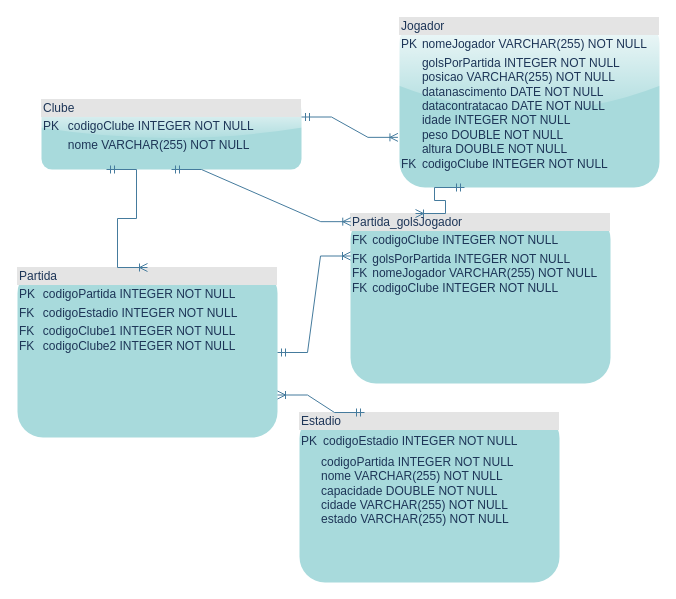
eiakriative/tBanco keeps this draw.io diagram as page "modelologico" (2 of 2) of diagramas/Diagrama sem nome.drawio. Above is the earlier version. Source tidied: cells renumbered, new cells numbered last; positions are measured from the earlier drawing's top-left corner, leaving out a move shared by most shapes. Both pictures are drawn from the tidied source at 100%, with x=0, y=0 at pixel (17, 17).
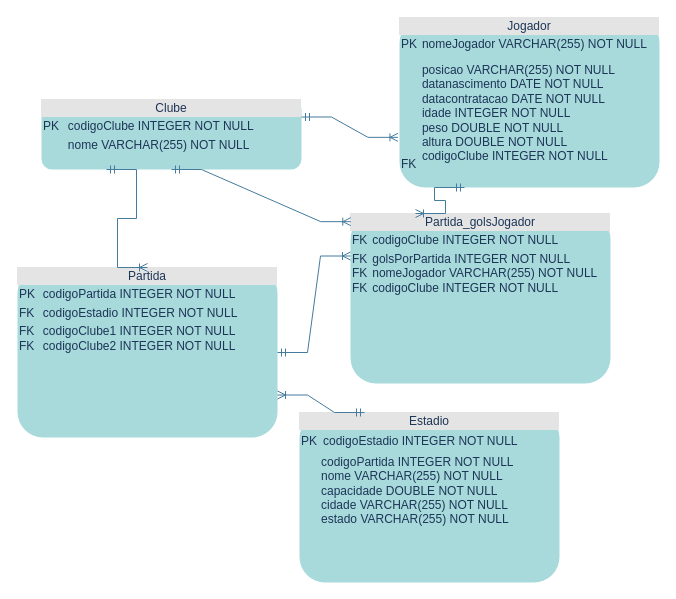
Above is the later version.

Diff of the diagram source:
```diff
@@
 <mxGraphModel>
   <root>
     <mxCell id="0" />
     <mxCell id="1" parent="0" />
-    <mxCell id="2" value="&lt;div style=&quot;box-sizing:border-box;width:100%;background:#e4e4e4;padding:2px;&quot;&gt;Jogador&lt;/div&gt;&lt;table style=&quot;width:100%;font-size:1em;&quot; cellpadding=&quot;2&quot; cellspacing=&quot;0&quot;&gt;&lt;tbody&gt;&lt;tr&gt;&lt;td&gt;PK&lt;/td&gt;&lt;td&gt;nomeJogador VARCHAR(255) NOT NULL&lt;br&gt;&lt;/td&gt;&lt;/tr&gt;&lt;tr&gt;&lt;td&gt;&lt;br&gt;&lt;br&gt;&lt;br&gt;&lt;br&gt;&lt;br&gt;&lt;br&gt;&lt;br&gt;FK&lt;/td&gt;&lt;td&gt;golsPorPartida INTEGER&amp;nbsp;NOT NULL&lt;br&gt;posicao VARCHAR(255) NOT NULL&lt;br&gt;datanascimento DATE NOT NULL&lt;br&gt;datacontratacao DATE NOT NULL&lt;br&gt;idade INTEGER&amp;nbsp;NOT NULL&lt;br&gt;peso DOUBLE NOT NULL&lt;br&gt;altura DOUBLE NOT NULL&lt;br&gt;codigoClube INTEGER NOT NULL&lt;/td&gt;&lt;/tr&gt;&lt;tr&gt;&lt;td&gt;&lt;/td&gt;&lt;td&gt;&lt;br&gt;&lt;/td&gt;&lt;/tr&gt;&lt;/tbody&gt;&lt;/table&gt;" style="verticalAlign=top;align=left;overflow=fill;html=1;rounded=1;glass=1;fillColor=#A8DADC;strokeColor=none;fontColor=#1D3557;" parent="1" vertex="1">
+    <mxCell id="2" value="&lt;div style=&quot;text-align: center; box-sizing: border-box; width: 100%; background: rgb(228, 228, 228); padding: 2px;&quot;&gt;Jogador&lt;/div&gt;&lt;table style=&quot;width:100%;font-size:1em;&quot; cellpadding=&quot;2&quot; cellspacing=&quot;0&quot;&gt;&lt;tbody&gt;&lt;tr&gt;&lt;td&gt;PK&lt;/td&gt;&lt;td&gt;nomeJogador VARCHAR(255) NOT NULL&lt;br&gt;&lt;/td&gt;&lt;/tr&gt;&lt;tr&gt;&lt;td&gt;&lt;br&gt;&lt;br&gt;&lt;br&gt;&lt;br&gt;&lt;br&gt;&lt;br&gt;&lt;br&gt;FK&lt;/td&gt;&lt;td&gt;posicao VARCHAR(255) NOT NULL&lt;br&gt;datanascimento DATE NOT NULL&lt;br&gt;datacontratacao DATE NOT NULL&lt;br&gt;idade INTEGER&amp;nbsp;NOT NULL&lt;br&gt;peso DOUBLE NOT NULL&lt;br&gt;altura DOUBLE NOT NULL&lt;br&gt;codigoClube INTEGER NOT NULL&lt;/td&gt;&lt;/tr&gt;&lt;tr&gt;&lt;td&gt;&lt;/td&gt;&lt;td&gt;&lt;br&gt;&lt;/td&gt;&lt;/tr&gt;&lt;/tbody&gt;&lt;/table&gt;" style="verticalAlign=top;align=left;overflow=fill;html=1;rounded=1;glass=0;fillColor=#A8DADC;strokeColor=none;fontColor=#1D3557;" parent="1" vertex="1">
       <mxGeometry x="382" width="260" height="170" as="geometry" />
     </mxCell>
-    <mxCell id="3" value="&lt;div style=&quot;box-sizing:border-box;width:100%;background:#e4e4e4;padding:2px;&quot;&gt;Clube&lt;/div&gt;&lt;table style=&quot;width:100%;font-size:1em;&quot; cellpadding=&quot;2&quot; cellspacing=&quot;0&quot;&gt;&lt;tbody&gt;&lt;tr&gt;&lt;td&gt;PK&lt;/td&gt;&lt;td&gt;codigoClube&amp;nbsp;INTEGER NOT NULL&lt;br&gt;&lt;/td&gt;&lt;/tr&gt;&lt;tr&gt;&lt;td&gt;&lt;br&gt;&lt;/td&gt;&lt;td&gt;nome VARCHAR(255) NOT NULL&lt;br&gt;&lt;br&gt;&lt;br&gt;&lt;/td&gt;&lt;/tr&gt;&lt;tr&gt;&lt;td&gt;&lt;/td&gt;&lt;td&gt;&lt;br&gt;&lt;/td&gt;&lt;/tr&gt;&lt;/tbody&gt;&lt;/table&gt;" style="verticalAlign=top;align=left;overflow=fill;html=1;rounded=1;glass=1;strokeColor=none;fillColor=#A8DADC;fontColor=#1D3557;" parent="1" vertex="1">
+    <mxCell id="3" value="&lt;div style=&quot;text-align: center; box-sizing: border-box; width: 100%; background: rgb(228, 228, 228); padding: 2px;&quot;&gt;Clube&lt;/div&gt;&lt;table style=&quot;width:100%;font-size:1em;&quot; cellpadding=&quot;2&quot; cellspacing=&quot;0&quot;&gt;&lt;tbody&gt;&lt;tr&gt;&lt;td&gt;PK&lt;/td&gt;&lt;td&gt;codigoClube&amp;nbsp;INTEGER NOT NULL&lt;br&gt;&lt;/td&gt;&lt;/tr&gt;&lt;tr&gt;&lt;td&gt;&lt;br&gt;&lt;/td&gt;&lt;td&gt;nome VARCHAR(255) NOT NULL&lt;br&gt;&lt;br&gt;&lt;br&gt;&lt;/td&gt;&lt;/tr&gt;&lt;tr&gt;&lt;td&gt;&lt;/td&gt;&lt;td&gt;&lt;br&gt;&lt;/td&gt;&lt;/tr&gt;&lt;/tbody&gt;&lt;/table&gt;" style="verticalAlign=top;align=left;overflow=fill;html=1;rounded=1;glass=0;strokeColor=none;fillColor=#A8DADC;fontColor=#1D3557;" parent="1" vertex="1">
       <mxGeometry x="24" y="82" width="260" height="70" as="geometry" />
     </mxCell>
     <mxCell id="4" style="edgeStyle=entityRelationEdgeStyle;fontSize=12;html=1;endArrow=ERoneToMany;startArrow=ERmandOne;rounded=0;exitX=1;exitY=0.25;exitDx=0;exitDy=0;entryX=-0.006;entryY=0.705;entryDx=0;entryDy=0;entryPerimeter=0;labelBackgroundColor=#F1FAEE;strokeColor=#457B9D;fontColor=#1D3557;" parent="1" edge="1" source="3" target="2">
       <mxGeometry relative="1" as="geometry" />
     </mxCell>
-    <mxCell id="5" value="&lt;div style=&quot;box-sizing:border-box;width:100%;background:#e4e4e4;padding:2px;&quot;&gt;Partida&lt;/div&gt;&lt;table style=&quot;width:100%;font-size:1em;&quot; cellpadding=&quot;2&quot; cellspacing=&quot;0&quot;&gt;&lt;tbody&gt;&lt;tr&gt;&lt;td&gt;PK&lt;/td&gt;&lt;td&gt;codigoPartida&amp;nbsp;INTEGER&amp;nbsp;NOT NULL&lt;br&gt;&lt;/td&gt;&lt;/tr&gt;&lt;tr&gt;&lt;td&gt;FK&lt;/td&gt;&lt;td&gt;codigoEstadio INTEGER&amp;nbsp;NOT NULL&lt;/td&gt;&lt;/tr&gt;&lt;tr&gt;&lt;td&gt;FK&lt;br&gt;FK&lt;br&gt;&lt;/td&gt;&lt;td&gt;codigoClube1 INTEGER NOT NULL&lt;br&gt;codigoClube2 INTEGER NOT NULL&lt;br&gt;&lt;/td&gt;&lt;/tr&gt;&lt;/tbody&gt;&lt;/table&gt;" style="verticalAlign=top;align=left;overflow=fill;html=1;rounded=1;glass=0;fillColor=#A8DADC;strokeColor=none;fontColor=#1D3557;" parent="1" vertex="1">
+    <mxCell id="5" value="&lt;div style=&quot;text-align: center; box-sizing: border-box; width: 100%; background: rgb(228, 228, 228); padding: 2px;&quot;&gt;Partida&lt;/div&gt;&lt;table style=&quot;width:100%;font-size:1em;&quot; cellpadding=&quot;2&quot; cellspacing=&quot;0&quot;&gt;&lt;tbody&gt;&lt;tr&gt;&lt;td&gt;PK&lt;/td&gt;&lt;td&gt;codigoPartida&amp;nbsp;INTEGER&amp;nbsp;NOT NULL&lt;br&gt;&lt;/td&gt;&lt;/tr&gt;&lt;tr&gt;&lt;td&gt;FK&lt;/td&gt;&lt;td&gt;codigoEstadio INTEGER&amp;nbsp;NOT NULL&lt;/td&gt;&lt;/tr&gt;&lt;tr&gt;&lt;td&gt;FK&lt;br&gt;FK&lt;br&gt;&lt;/td&gt;&lt;td&gt;codigoClube1 INTEGER NOT NULL&lt;br&gt;codigoClube2 INTEGER NOT NULL&lt;br&gt;&lt;/td&gt;&lt;/tr&gt;&lt;/tbody&gt;&lt;/table&gt;" style="verticalAlign=top;align=left;overflow=fill;html=1;rounded=1;glass=0;fillColor=#A8DADC;strokeColor=none;fontColor=#1D3557;" parent="1" vertex="1">
       <mxGeometry y="250" width="260" height="170" as="geometry" />
     </mxCell>
     <mxCell id="6" style="edgeStyle=entityRelationEdgeStyle;fontSize=12;html=1;endArrow=ERoneToMany;startArrow=ERmandOne;rounded=0;exitX=0.25;exitY=1;exitDx=0;exitDy=0;entryX=0.5;entryY=0;entryDx=0;entryDy=0;targetPerimeterSpacing=1;labelBackgroundColor=#F1FAEE;strokeColor=#457B9D;fontColor=#1D3557;" parent="1" edge="1" source="3" target="5">
       <mxGeometry relative="1" as="geometry" />
     </mxCell>
-    <mxCell id="7" value="&lt;div style=&quot;box-sizing:border-box;width:100%;background:#e4e4e4;padding:2px;&quot;&gt;Partida_golsJogador&lt;/div&gt;&lt;table style=&quot;width:100%;font-size:1em;&quot; cellpadding=&quot;2&quot; cellspacing=&quot;0&quot;&gt;&lt;tbody&gt;&lt;tr&gt;&lt;td&gt;FK&lt;/td&gt;&lt;td&gt;codigoClube INTEGER NOT NULL&lt;br&gt;&lt;/td&gt;&lt;/tr&gt;&lt;tr&gt;&lt;td&gt;FK&lt;br&gt;FK&lt;br&gt;FK&lt;/td&gt;&lt;td&gt;golsPorPartida INTEGER&amp;nbsp;NOT NULL&lt;br&gt;nomeJogador VARCHAR(255) NOT NULL&lt;br&gt;codigoClube INTEGER NOT NULL&lt;/td&gt;&lt;/tr&gt;&lt;tr&gt;&lt;td&gt;&lt;/td&gt;&lt;td&gt;&lt;br&gt;&lt;/td&gt;&lt;/tr&gt;&lt;/tbody&gt;&lt;/table&gt;" style="verticalAlign=top;align=left;overflow=fill;html=1;rounded=1;glass=0;fillColor=#A8DADC;strokeColor=none;fontColor=#1D3557;" parent="1" vertex="1">
+    <mxCell id="7" value="&lt;div style=&quot;text-align: center; box-sizing: border-box; width: 100%; background: rgb(228, 228, 228); padding: 2px;&quot;&gt;Partida_golsJogador&lt;/div&gt;&lt;table style=&quot;width:100%;font-size:1em;&quot; cellpadding=&quot;2&quot; cellspacing=&quot;0&quot;&gt;&lt;tbody&gt;&lt;tr&gt;&lt;td&gt;FK&lt;/td&gt;&lt;td&gt;codigoClube INTEGER NOT NULL&lt;br&gt;&lt;/td&gt;&lt;/tr&gt;&lt;tr&gt;&lt;td&gt;FK&lt;br&gt;FK&lt;br&gt;FK&lt;/td&gt;&lt;td&gt;golsPorPartida INTEGER&amp;nbsp;NOT NULL&lt;br&gt;nomeJogador VARCHAR(255) NOT NULL&lt;br&gt;codigoClube INTEGER NOT NULL&lt;/td&gt;&lt;/tr&gt;&lt;tr&gt;&lt;td&gt;&lt;/td&gt;&lt;td&gt;&lt;br&gt;&lt;/td&gt;&lt;/tr&gt;&lt;/tbody&gt;&lt;/table&gt;" style="verticalAlign=top;align=left;overflow=fill;html=1;rounded=1;glass=0;fillColor=#A8DADC;strokeColor=none;fontColor=#1D3557;" parent="1" vertex="1">
       <mxGeometry x="333" y="196" width="260" height="170" as="geometry" />
     </mxCell>
-    <mxCell id="8" value="&lt;div style=&quot;box-sizing:border-box;width:100%;background:#e4e4e4;padding:2px;&quot;&gt;Estadio&lt;/div&gt;&lt;table style=&quot;width:100%;font-size:1em;&quot; cellpadding=&quot;2&quot; cellspacing=&quot;0&quot;&gt;&lt;tbody&gt;&lt;tr&gt;&lt;td&gt;PK&lt;/td&gt;&lt;td&gt;&lt;table style=&quot;font-size: 1em; width: 260px;&quot; cellpadding=&quot;2&quot; cellspacing=&quot;0&quot;&gt;&lt;tbody&gt;&lt;tr&gt;&lt;td&gt;codigoEstadio INTEGER&amp;nbsp;NOT NULL&lt;br&gt;&lt;/td&gt;&lt;/tr&gt;&lt;tr&gt;&lt;/tr&gt;&lt;/tbody&gt;&lt;/table&gt;&lt;/td&gt;&lt;/tr&gt;&lt;tr&gt;&lt;td&gt;&lt;br&gt;&lt;/td&gt;&lt;td&gt;codigoPartida INTEGER&amp;nbsp;NOT NULL&lt;br&gt;nome VARCHAR(255) NOT NULL&lt;br&gt;capacidade DOUBLE NOT NULL&lt;br&gt;cidade VARCHAR(255) NOT NULL&lt;br&gt;estado VARCHAR(255) NOT NULL&lt;br&gt;&lt;/td&gt;&lt;/tr&gt;&lt;tr&gt;&lt;td&gt;&lt;br&gt;&lt;/td&gt;&lt;td&gt;&lt;br&gt;&lt;/td&gt;&lt;/tr&gt;&lt;/tbody&gt;&lt;/table&gt;" style="verticalAlign=top;align=left;overflow=fill;html=1;rounded=1;glass=0;fillColor=#A8DADC;strokeColor=none;fontColor=#1D3557;" parent="1" vertex="1">
+    <mxCell id="8" value="&lt;div style=&quot;text-align: center; box-sizing: border-box; width: 100%; background: rgb(228, 228, 228); padding: 2px;&quot;&gt;Estadio&lt;/div&gt;&lt;table style=&quot;width:100%;font-size:1em;&quot; cellpadding=&quot;2&quot; cellspacing=&quot;0&quot;&gt;&lt;tbody&gt;&lt;tr&gt;&lt;td&gt;PK&lt;/td&gt;&lt;td&gt;&lt;table style=&quot;font-size: 1em; width: 260px;&quot; cellpadding=&quot;2&quot; cellspacing=&quot;0&quot;&gt;&lt;tbody&gt;&lt;tr&gt;&lt;td&gt;codigoEstadio INTEGER&amp;nbsp;NOT NULL&lt;br&gt;&lt;/td&gt;&lt;/tr&gt;&lt;tr&gt;&lt;/tr&gt;&lt;/tbody&gt;&lt;/table&gt;&lt;/td&gt;&lt;/tr&gt;&lt;tr&gt;&lt;td&gt;&lt;br&gt;&lt;/td&gt;&lt;td&gt;codigoPartida INTEGER&amp;nbsp;NOT NULL&lt;br&gt;nome VARCHAR(255) NOT NULL&lt;br&gt;capacidade DOUBLE NOT NULL&lt;br&gt;cidade VARCHAR(255) NOT NULL&lt;br&gt;estado VARCHAR(255) NOT NULL&lt;br&gt;&lt;/td&gt;&lt;/tr&gt;&lt;tr&gt;&lt;td&gt;&lt;br&gt;&lt;/td&gt;&lt;td&gt;&lt;br&gt;&lt;/td&gt;&lt;/tr&gt;&lt;/tbody&gt;&lt;/table&gt;" style="verticalAlign=top;align=left;overflow=fill;html=1;rounded=1;glass=0;fillColor=#A8DADC;strokeColor=none;fontColor=#1D3557;" parent="1" vertex="1">
       <mxGeometry x="282" y="395" width="260" height="170" as="geometry" />
     </mxCell>
     <mxCell id="9" style="edgeStyle=entityRelationEdgeStyle;fontSize=12;html=1;endArrow=ERoneToMany;startArrow=ERmandOne;rounded=0;sketch=0;strokeColor=#457B9D;endSize=6;targetPerimeterSpacing=1;jumpStyle=none;jumpSize=6;exitX=0.25;exitY=0;exitDx=0;exitDy=0;entryX=1;entryY=0.75;entryDx=0;entryDy=0;labelBackgroundColor=#F1FAEE;fontColor=#1D3557;" parent="1" edge="1" source="8" target="5">
       <mxGeometry relative="1" as="geometry" />
     </mxCell>
     <mxCell id="10" style="edgeStyle=entityRelationEdgeStyle;fontSize=12;html=1;endArrow=ERoneToMany;startArrow=ERmandOne;rounded=0;strokeColor=#457B9D;fontColor=#1D3557;fillColor=#A8DADC;exitX=0.5;exitY=1;exitDx=0;exitDy=0;entryX=0.001;entryY=0.048;entryDx=0;entryDy=0;entryPerimeter=0;" parent="1" edge="1" source="3" target="7">
       <mxGeometry relative="1" as="geometry" />
     </mxCell>
     <mxCell id="11" style="edgeStyle=entityRelationEdgeStyle;fontSize=12;html=1;endArrow=ERoneToMany;startArrow=ERmandOne;rounded=0;strokeColor=#457B9D;fontColor=#1D3557;fillColor=#A8DADC;exitX=0.25;exitY=1;exitDx=0;exitDy=0;entryX=0.25;entryY=0;entryDx=0;entryDy=0;" parent="1" edge="1" source="2" target="7">
       <mxGeometry relative="1" as="geometry" />
     </mxCell>
     <mxCell id="12" style="edgeStyle=entityRelationEdgeStyle;fontSize=12;html=1;endArrow=ERoneToMany;startArrow=ERmandOne;rounded=0;strokeColor=#457B9D;fontColor=#1D3557;fillColor=#A8DADC;exitX=1;exitY=0.5;exitDx=0;exitDy=0;entryX=0;entryY=0.25;entryDx=0;entryDy=0;" parent="1" edge="1" source="5" target="7">
       <mxGeometry relative="1" as="geometry" />
     </mxCell>
   </root>
 </mxGraphModel>
```
